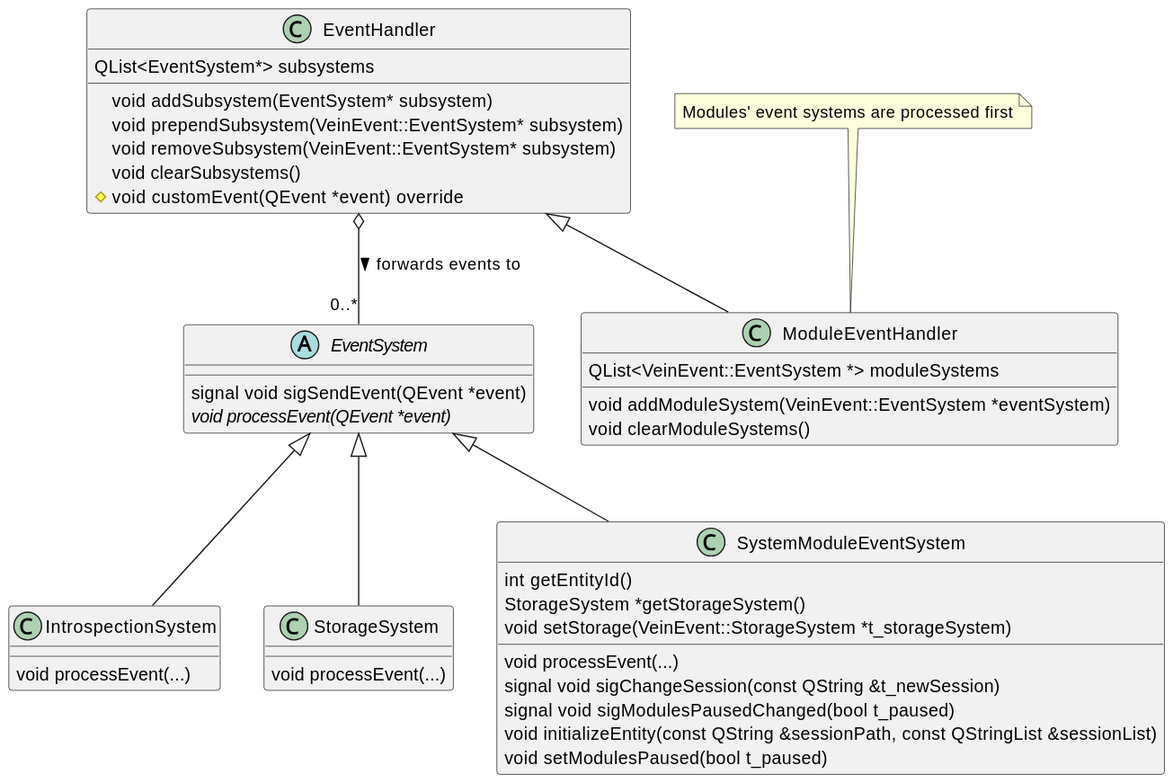
ZeraGmbH/vein-framework keeps this PlantUML diagram as framework/doc/class-diagram-event-systems.svg. Above is the earlier version.
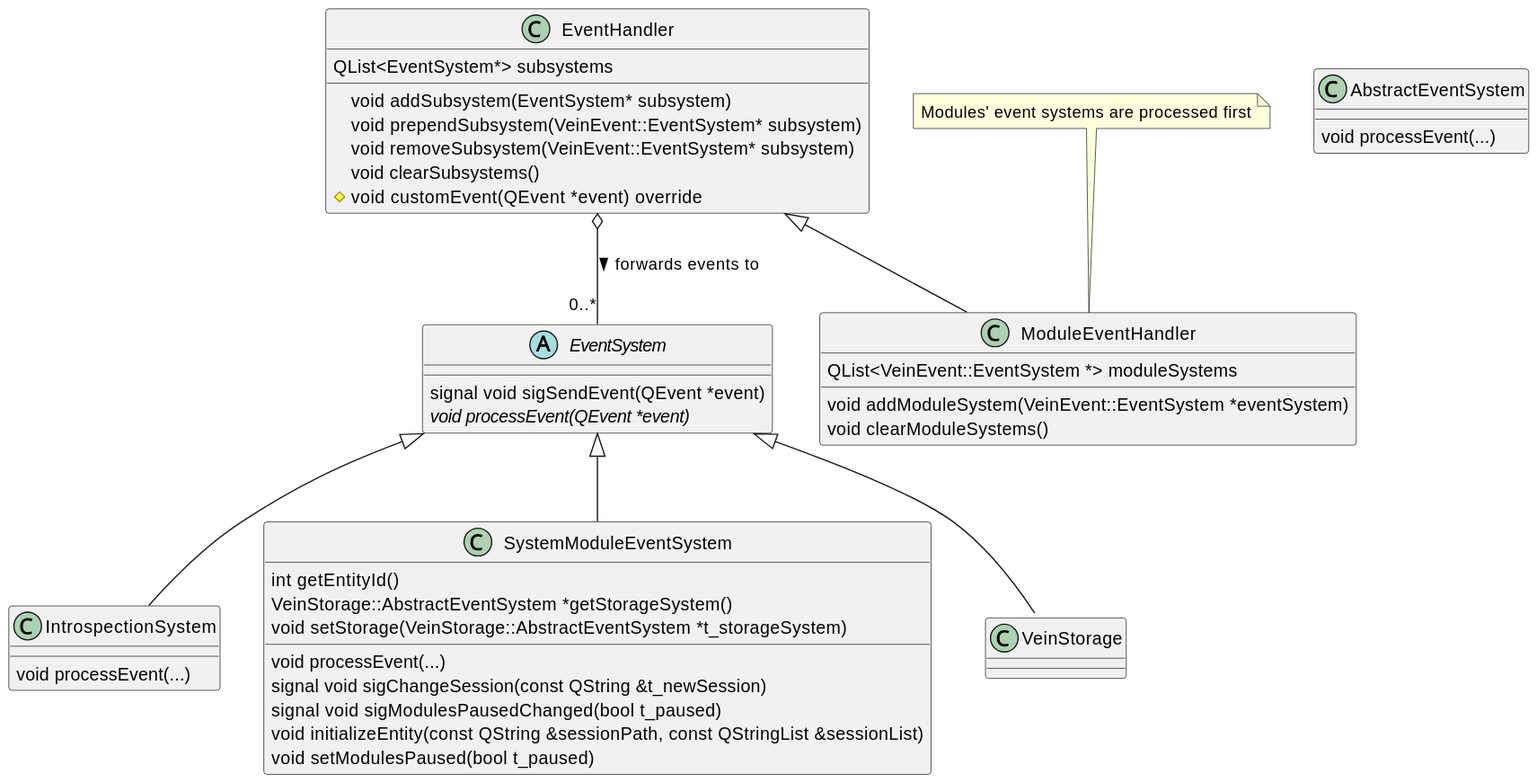
After the change.

The edit, as a diff of the source:
```diff
@@ -26,14 +26,14 @@
     void processEvent(...)
 }
 
-class StorageSystem {
+class AbstractEventSystem {
     void processEvent(...)
 }
 
 class SystemModuleEventSystem {
     {field} int getEntityId()
-    {field} StorageSystem *getStorageSystem()
-    {field}void setStorage(VeinEvent::StorageSystem *t_storageSystem)
+    {field} VeinStorage::AbstractEventSystem *getStorageSystem()
+    {field}void setStorage(VeinStorage::AbstractEventSystem *t_storageSystem)
 
     void processEvent(...)
     signal void sigChangeSession(const QString &t_newSession)
@@ -47,6 +47,6 @@
 
 
 EventSystem <|-- IntrospectionSystem
-EventSystem <|-- StorageSystem
+EventSystem <|-- VeinStorage::AbstractEventSystem
 EventSystem <|-- SystemModuleEventSystem
 @enduml
```
